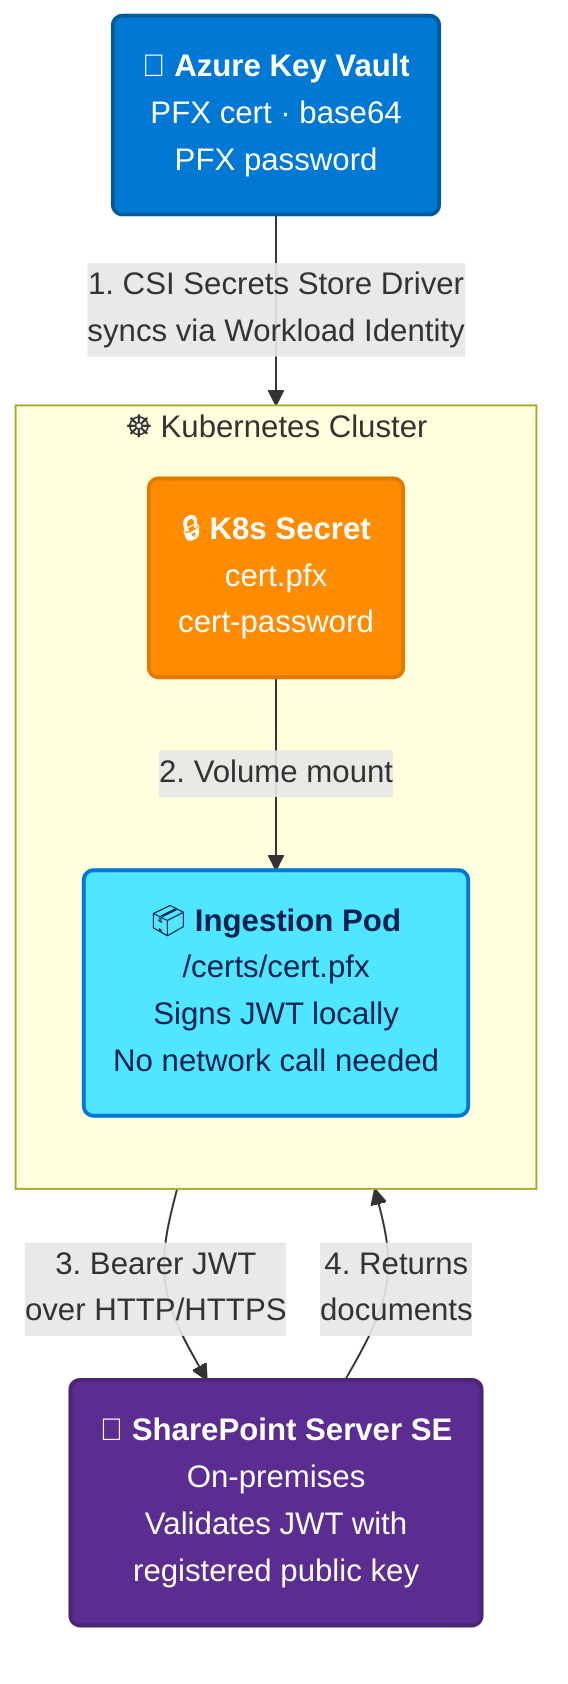
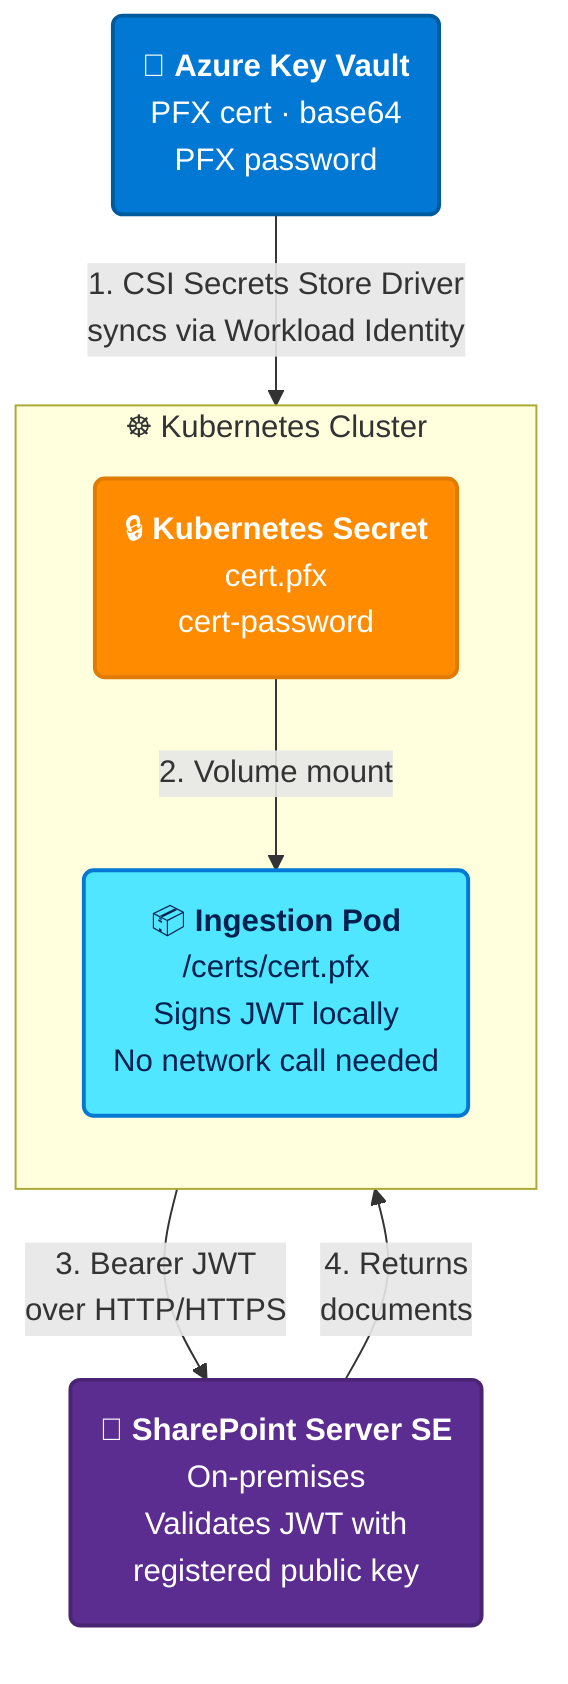
graph TD
    KV("🔑 <b>Azure Key Vault</b><br/>PFX cert · base64<br/>PFX password")

    subgraph Cluster ["☸️ Kubernetes Cluster"]
        direction TB
-         Secret("🔒 <b>K8s Secret</b><br/>cert.pfx<br/>cert-password")
+         Secret("🔒 <b>Kubernetes Secret</b><br/>cert.pfx<br/>cert-password")
        Pod("📦 <b>Ingestion Pod</b><br/>/certs/cert.pfx<br/>Signs JWT locally<br/>No network call needed")
    end

    SP("🏢 <b>SharePoint Server SE</b><br/>On-premises<br/>Validates JWT with<br/>registered public key")

    KV -->|"1. CSI Secrets Store Driver<br/>syncs via Workload Identity"| Secret
    Secret -->|"2. Volume mount"| Pod
    Pod -->|"3. Bearer JWT<br/>over HTTP/HTTPS"| SP
    SP -->|"4. Returns<br/>documents"| Pod

    style KV fill:#0078d4,stroke:#005a9e,stroke-width:2px,color:#fff
    style Secret fill:#ff8c00,stroke:#e07b00,stroke-width:2px,color:#fff
    style Pod fill:#50e6ff,stroke:#0078d4,stroke-width:2px,color:#002050
    style SP fill:#5c2d91,stroke:#4a2574,stroke-width:2px,color:#fff
